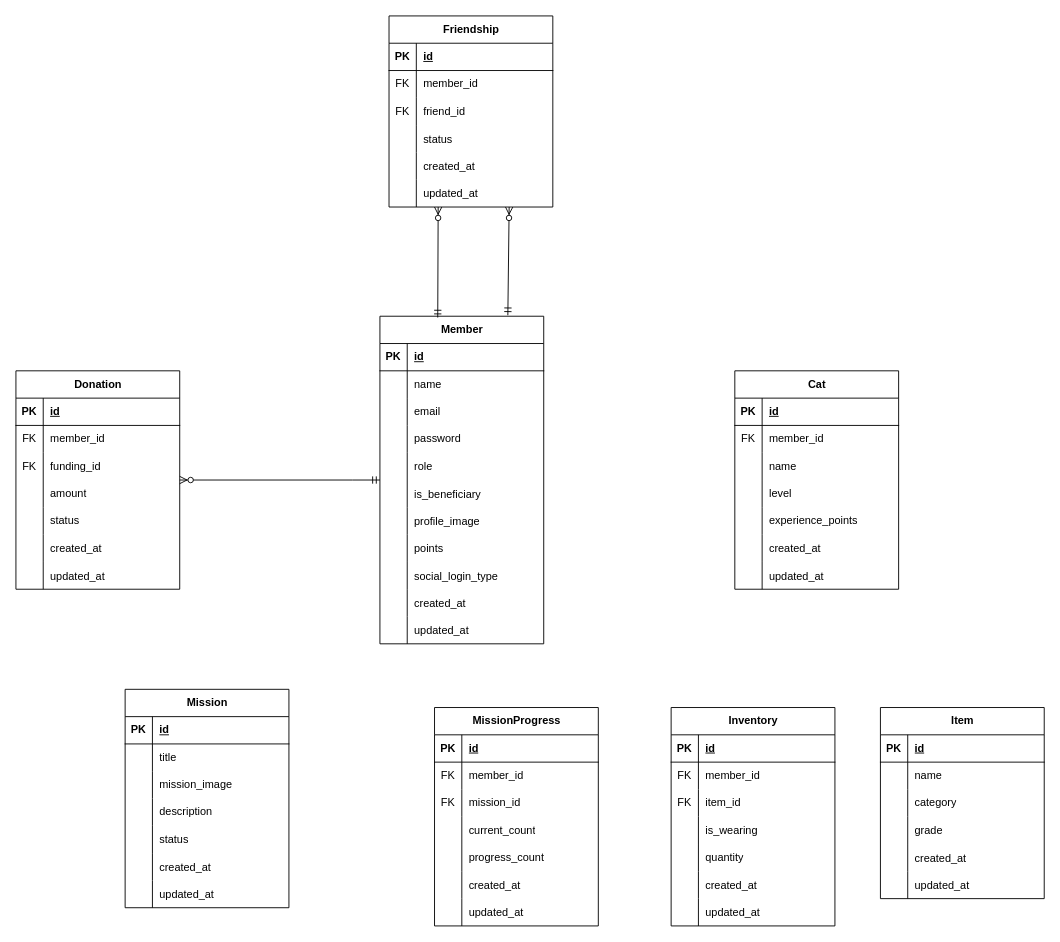
2025-Advanced-Capstone-Chaeum/ERD keeps this draw.io diagram as ChaeumERD.drawio. Above is the earlier version. Source tidied: cells renumbered, new cells numbered last; positions are measured from the earlier drawing's top-left corner, leaving out a move shared by most shapes. Both pictures are drawn from the tidied source at 91%, with x=0, y=0 at pixel (15, 15).
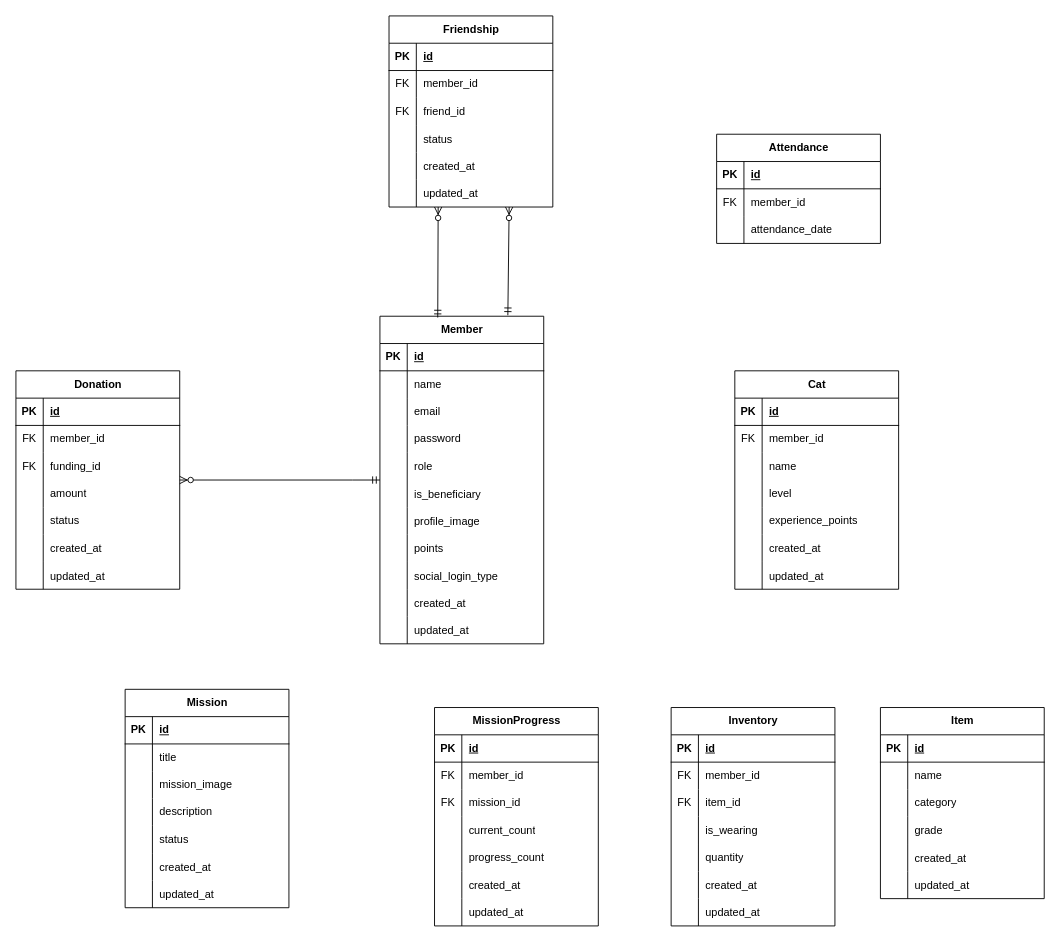
Above is the later version.

Commit message:
docs(ERD): Attendance 테이블 추가

What changed in the source:
```diff
@@
+    <mxCell id="188" value="Attendance" style="shape=table;startSize=30;childLayout=tableLayout;rowLines=0;fontStyle=1;align=center;html=1;" parent="1" vertex="1">
+      <mxGeometry x="770" y="130" width="180" height="120" as="geometry" />
+    </mxCell>
+    <mxCell id="189" style="shape=tableRow;horizontal=0;startSize=0;swimlaneHead=0;swimlaneBody=0;fillColor=none;top=0;left=0;right=0;bottom=1;" parent="188" vertex="1">
+      <mxGeometry y="30" width="180" height="30" as="geometry" />
+    </mxCell>
+    <mxCell id="190" value="PK" style="shape=partialRectangle;fillColor=none;top=0;left=0;bottom=0;right=0;fontStyle=1;overflow=hidden;whiteSpace=wrap;html=1;" parent="189" vertex="1">
+      <mxGeometry width="30" height="30" as="geometry" />
+    </mxCell>
+    <mxCell id="191" value="id" style="shape=partialRectangle;fillColor=none;top=0;left=0;bottom=0;right=0;align=left;spacingLeft=6;fontStyle=5;overflow=hidden;whiteSpace=wrap;html=1;" parent="189" vertex="1">
+      <mxGeometry x="30" width="150" height="30" as="geometry" />
+    </mxCell>
+    <mxCell id="192" style="shape=tableRow;horizontal=0;startSize=0;swimlaneHead=0;swimlaneBody=0;fillColor=none;top=0;left=0;right=0;bottom=0;" parent="188" vertex="1">
+      <mxGeometry y="60" width="180" height="30" as="geometry" />
+    </mxCell>
+    <mxCell id="193" value="FK" style="shape=partialRectangle;fillColor=none;top=0;left=0;bottom=0;right=0;overflow=hidden;whiteSpace=wrap;html=1;" parent="192" vertex="1">
+      <mxGeometry width="30" height="30" as="geometry" />
+    </mxCell>
+    <mxCell id="194" value="member_id" style="shape=partialRectangle;fillColor=none;top=0;left=0;bottom=0;right=0;align=left;spacingLeft=6;overflow=hidden;whiteSpace=wrap;html=1;" parent="192" vertex="1">
+      <mxGeometry x="30" width="150" height="30" as="geometry" />
+    </mxCell>
+    <mxCell id="195" style="shape=tableRow;horizontal=0;startSize=0;swimlaneHead=0;swimlaneBody=0;fillColor=none;top=0;left=0;right=0;bottom=0;" parent="188" vertex="1">
+      <mxGeometry y="90" width="180" height="30" as="geometry" />
+    </mxCell>
+    <mxCell id="196" style="shape=partialRectangle;fillColor=none;top=0;left=0;bottom=0;right=0;overflow=hidden;whiteSpace=wrap;html=1;" parent="195" vertex="1">
+      <mxGeometry width="30" height="30" as="geometry" />
+    </mxCell>
+    <mxCell id="197" value="attendance_date" style="shape=partialRectangle;fillColor=none;top=0;left=0;bottom=0;right=0;align=left;spacingLeft=6;overflow=hidden;whiteSpace=wrap;html=1;" parent="195" vertex="1">
+      <mxGeometry x="30" width="150" height="30" as="geometry" />
+    </mxCell>
```
